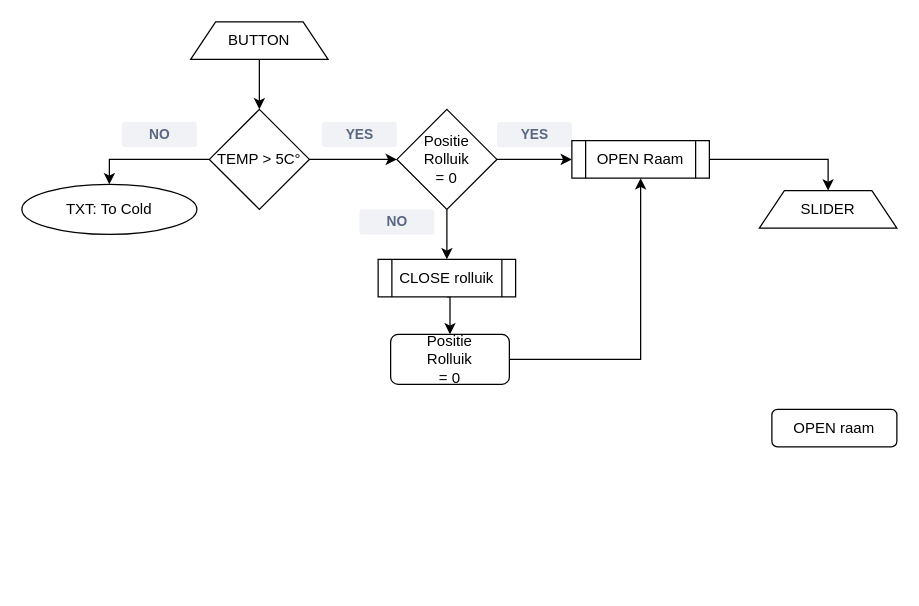
Before: page "Ventilatie" (2 of 3) of Untitled Diagram.drawio in barremans/barremans, a draw.io diagram. Source tidied: cells renumbered, new cells numbered last; positions are measured from the earlier drawing's top-left corner, leaving out a move shared by most shapes. Both pictures are drawn from the tidied source at 125%, with x=0, y=0 at pixel (21, 21).
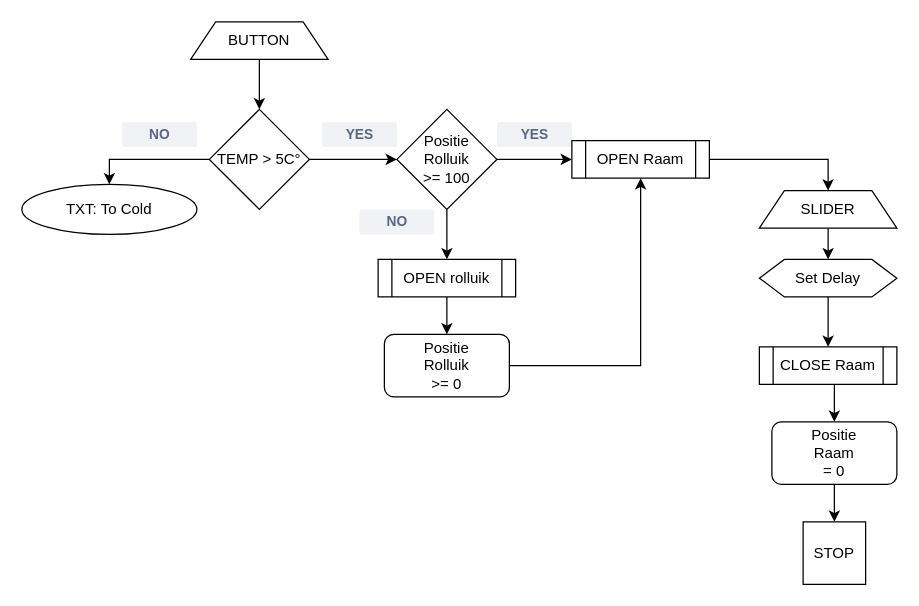
Above is the later version.

The change refers to these unchanged cells:
```xml
<mxCell id="22" value="SLIDER" style="shape=trapezoid;perimeter=trapezoidPerimeter;whiteSpace=wrap;html=1;fixedSize=1;" parent="1" vertex="1">
  <mxGeometry x="590" y="135" width="110" height="30" as="geometry" />
</mxCell>
```

Change to the diagram source:
```diff
@@
-    <mxCell id="11" value="Positie&lt;div&gt;Rolluik&lt;/div&gt;&lt;div&gt;= 0&lt;/div&gt;" style="rhombus;whiteSpace=wrap;html=1;" parent="1" vertex="1">
+    <mxCell id="11" value="Positie&lt;div&gt;Rolluik&lt;/div&gt;&lt;div&gt;&amp;gt;= 100&lt;/div&gt;" style="rhombus;whiteSpace=wrap;html=1;" parent="1" vertex="1">
       <mxGeometry x="300" y="70" width="80" height="80" as="geometry" />
     </mxCell>
@@
-    <mxCell id="13" value="OPEN raam" style="rounded=1;whiteSpace=wrap;html=1;" parent="1" vertex="1">
-      <mxGeometry x="600" y="310" width="100" height="30" as="geometry" />
-    </mxCell>
@@
-    <mxCell id="15" value="Positie&lt;div&gt;Rolluik&lt;/div&gt;&lt;div&gt;= 0&lt;/div&gt;" style="rounded=1;whiteSpace=wrap;html=1;" parent="1" vertex="1">
-      <mxGeometry x="295" y="250" width="95" height="40" as="geometry" />
+    <mxCell id="15" value="Positie&lt;div&gt;Rolluik&lt;/div&gt;&lt;div&gt;&amp;gt;= 0&lt;/div&gt;" style="rounded=1;whiteSpace=wrap;html=1;" parent="1" vertex="1">
+      <mxGeometry x="290" y="250" width="100" height="50" as="geometry" />
     </mxCell>
@@
-    <mxCell id="17" value="CLOSE rolluik" style="shape=process;whiteSpace=wrap;html=1;backgroundOutline=1;" parent="1" vertex="1">
+    <mxCell id="17" value="OPEN rolluik" style="shape=process;whiteSpace=wrap;html=1;backgroundOutline=1;" parent="1" vertex="1">
       <mxGeometry x="285" y="190" width="110" height="30" as="geometry" />
     </mxCell>
@@
+    <mxCell id="23" style="edgeStyle=orthogonalEdgeStyle;rounded=0;jettySize=auto;html=1;exitX=0.5;exitY=1;exitDx=0;exitDy=0;entryX=0.5;entryY=0;entryDx=0;entryDy=0;" parent="1" edge="1" source="22" target="25">
+      <mxGeometry relative="1" as="geometry" />
+    </mxCell>
@@
+    <mxCell id="24" style="edgeStyle=orthogonalEdgeStyle;rounded=0;jettySize=auto;html=1;exitX=0.5;exitY=1;exitDx=0;exitDy=0;" parent="1" edge="1" source="25" target="27">
+      <mxGeometry relative="1" as="geometry" />
+    </mxCell>
+    <mxCell id="25" value="Set Delay" style="shape=hexagon;perimeter=hexagonPerimeter2;whiteSpace=wrap;html=1;fixedSize=1;" parent="1" vertex="1">
+      <mxGeometry x="590" y="190" width="110" height="30" as="geometry" />
+    </mxCell>
+    <mxCell id="26" style="edgeStyle=orthogonalEdgeStyle;rounded=0;jettySize=auto;html=1;exitX=0.5;exitY=1;exitDx=0;exitDy=0;entryX=0.5;entryY=0;entryDx=0;entryDy=0;" parent="1" edge="1" source="27" target="29">
+      <mxGeometry relative="1" as="geometry" />
+    </mxCell>
+    <mxCell id="27" value="CLOSE Raam" style="shape=process;whiteSpace=wrap;html=1;backgroundOutline=1;" parent="1" vertex="1">
+      <mxGeometry x="590" y="260" width="110" height="30" as="geometry" />
+    </mxCell>
+    <mxCell id="28" style="edgeStyle=orthogonalEdgeStyle;rounded=0;jettySize=auto;html=1;exitX=0.5;exitY=1;exitDx=0;exitDy=0;entryX=0.5;entryY=0;entryDx=0;entryDy=0;" parent="1" edge="1" source="29" target="30">
+      <mxGeometry relative="1" as="geometry" />
+    </mxCell>
+    <mxCell id="29" value="Positie&lt;div&gt;Raam&lt;/div&gt;&lt;div&gt;= 0&lt;/div&gt;" style="rounded=1;whiteSpace=wrap;html=1;" parent="1" vertex="1">
+      <mxGeometry x="600" y="320" width="100" height="50" as="geometry" />
+    </mxCell>
+    <mxCell id="30" value="STOP" style="whiteSpace=wrap;html=1;" parent="1" vertex="1">
+      <mxGeometry x="625" y="400" width="50" height="50" as="geometry" />
+    </mxCell>
```
